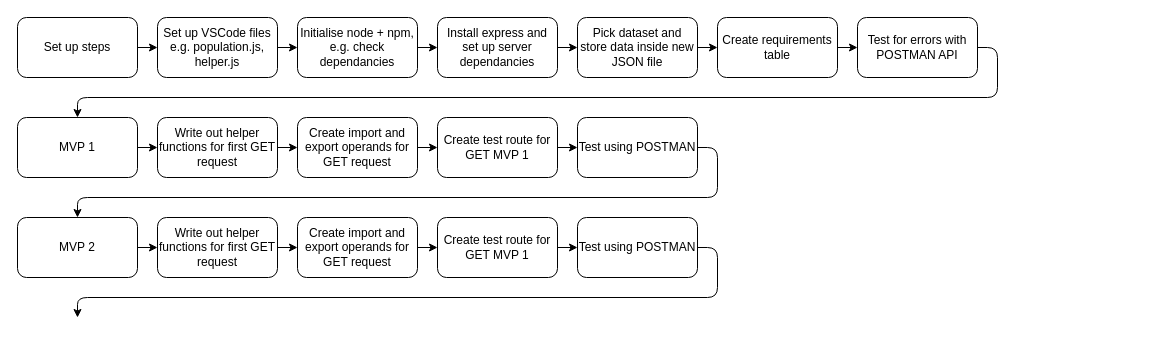
Above: flowchart.drawio in SchoolOfCode/week-4-rest-api-hackathon-two-eggs (draw.io), before the change. Source tidied: cells renumbered, new cells numbered last; positions are measured from the earlier drawing's top-left corner, leaving out a move shared by most shapes. Both pictures are drawn from the tidied source at 100%, with x=0, y=0 at pixel (17, 17).
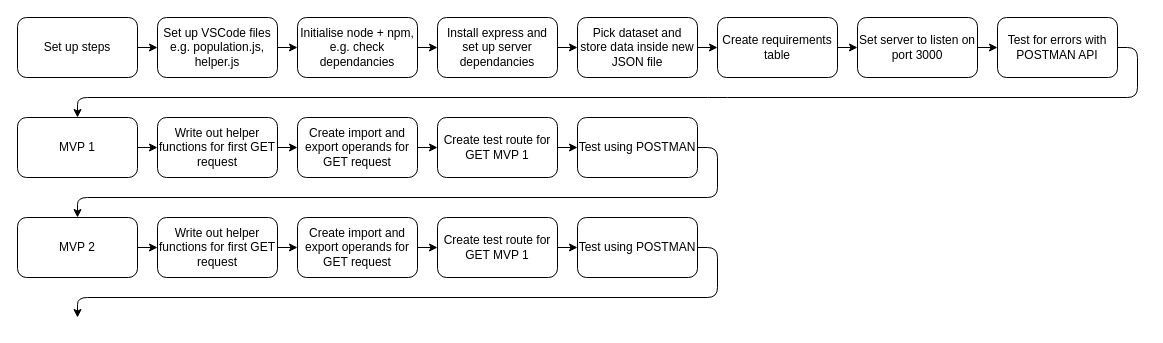
The same page after the edit.

Commit message (it also covers changes not shown here):
Add MVP 1 progress

The change refers to these unchanged cells:
```xml
<mxCell id="14" value="Create requirements table" style="whiteSpace=wrap;html=1;rounded=1;" parent="1" vertex="1">
  <mxGeometry x="700" width="120" height="60" as="geometry" />
</mxCell>
<mxCell id="16" value="MVP 1" style="whiteSpace=wrap;html=1;rounded=1;" parent="1" vertex="1">
  <mxGeometry y="100" width="120" height="60" as="geometry" />
</mxCell>
```

Diff of the diagram source:
```diff
@@
-    <mxCell id="12" style="edgeStyle=none;html=1;entryX=0.5;entryY=0;entryDx=0;entryDy=0;exitX=1;exitY=0.5;exitDx=0;exitDy=0;" parent="1" edge="1" source="17" target="16">
-      <mxGeometry relative="1" as="geometry">
-        <Array as="points">
-          <mxPoint x="980" y="30" />
-          <mxPoint x="980" y="80" />
-          <mxPoint x="60" y="80" />
-        </Array>
-      </mxGeometry>
-    </mxCell>
-    <mxCell id="13" style="edgeStyle=none;html=1;" parent="1" edge="1" source="14" target="17">
-      <mxGeometry relative="1" as="geometry" />
-    </mxCell>
+    <mxCell id="36" style="edgeStyle=none;html=1;" parent="1" edge="1" source="14" target="38">
+      <mxGeometry relative="1" as="geometry" />
+    </mxCell>
@@
     <mxCell id="17" value="Test for errors with POSTMAN API" style="whiteSpace=wrap;html=1;rounded=1;" parent="1" vertex="1">
-      <mxGeometry x="840" width="120" height="60" as="geometry" />
+      <mxGeometry x="980" width="120" height="60" as="geometry" />
     </mxCell>
@@
+    <mxCell id="37" style="edgeStyle=none;html=1;" parent="1" edge="1" source="38" target="17">
+      <mxGeometry relative="1" as="geometry" />
+    </mxCell>
+    <mxCell id="38" value="Set server to listen on port 3000" style="whiteSpace=wrap;html=1;rounded=1;" parent="1" vertex="1">
+      <mxGeometry x="840" width="120" height="60" as="geometry" />
+    </mxCell>
+    <mxCell id="39" style="edgeStyle=none;html=1;entryX=0.5;entryY=0;entryDx=0;entryDy=0;exitX=1;exitY=0.5;exitDx=0;exitDy=0;" parent="1" edge="1" source="17">
+      <mxGeometry relative="1" as="geometry">
+        <mxPoint x="60" y="100" as="targetPoint" />
+        <Array as="points">
+          <mxPoint x="1120" y="30" />
+          <mxPoint x="1120" y="80" />
+          <mxPoint x="700" y="80" />
+          <mxPoint x="60" y="80" />
+        </Array>
+      </mxGeometry>
+    </mxCell>
```
